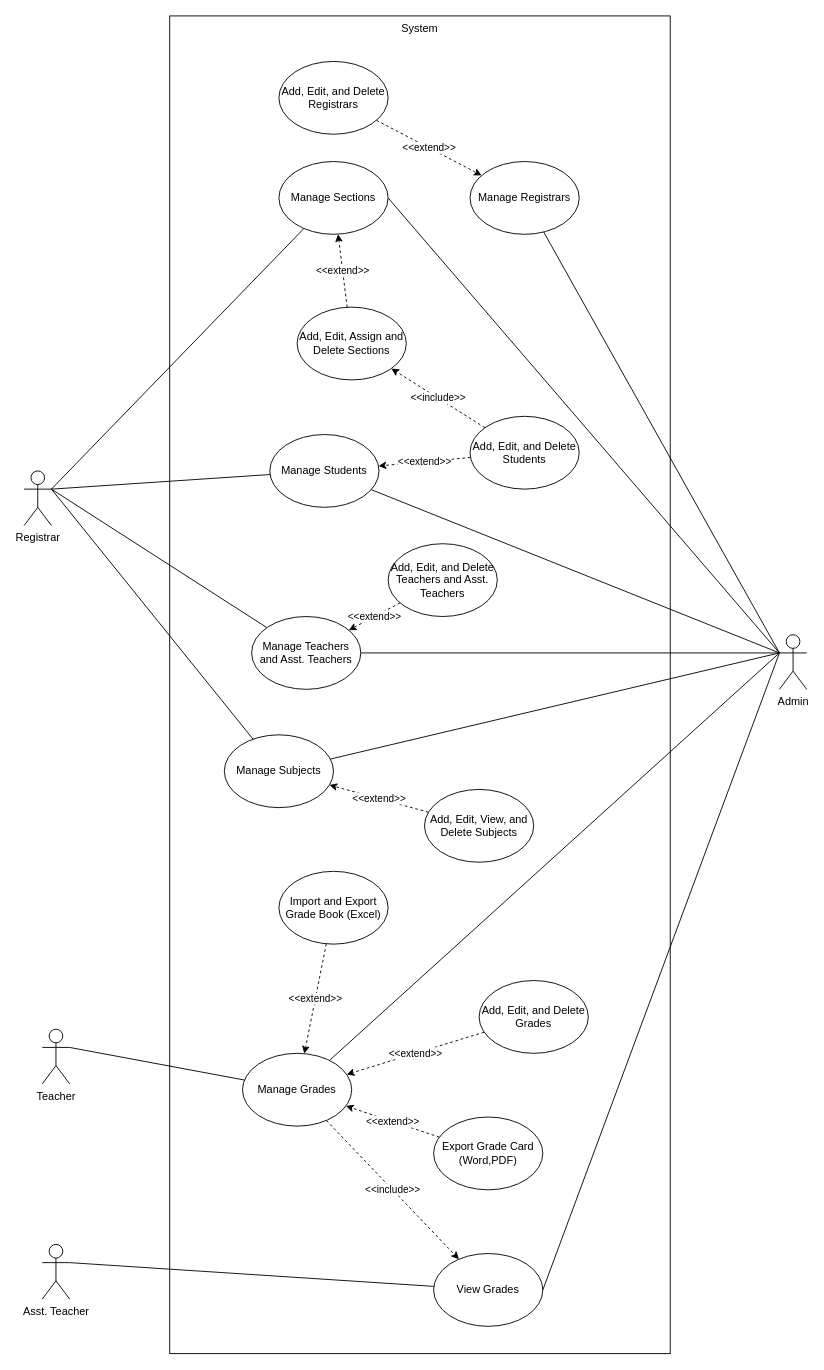
This is page "Actors" (3 of 6) of Final_TP.drawio from vibarmiles/Grading-System, a draw.io file, before an edit. Source tidied: cells renumbered, new cells numbered last; positions are measured from the earlier drawing's top-left corner, leaving out a move shared by most shapes. Both pictures are drawn from the tidied source at 91%, with x=0, y=0 at pixel (24, 15).
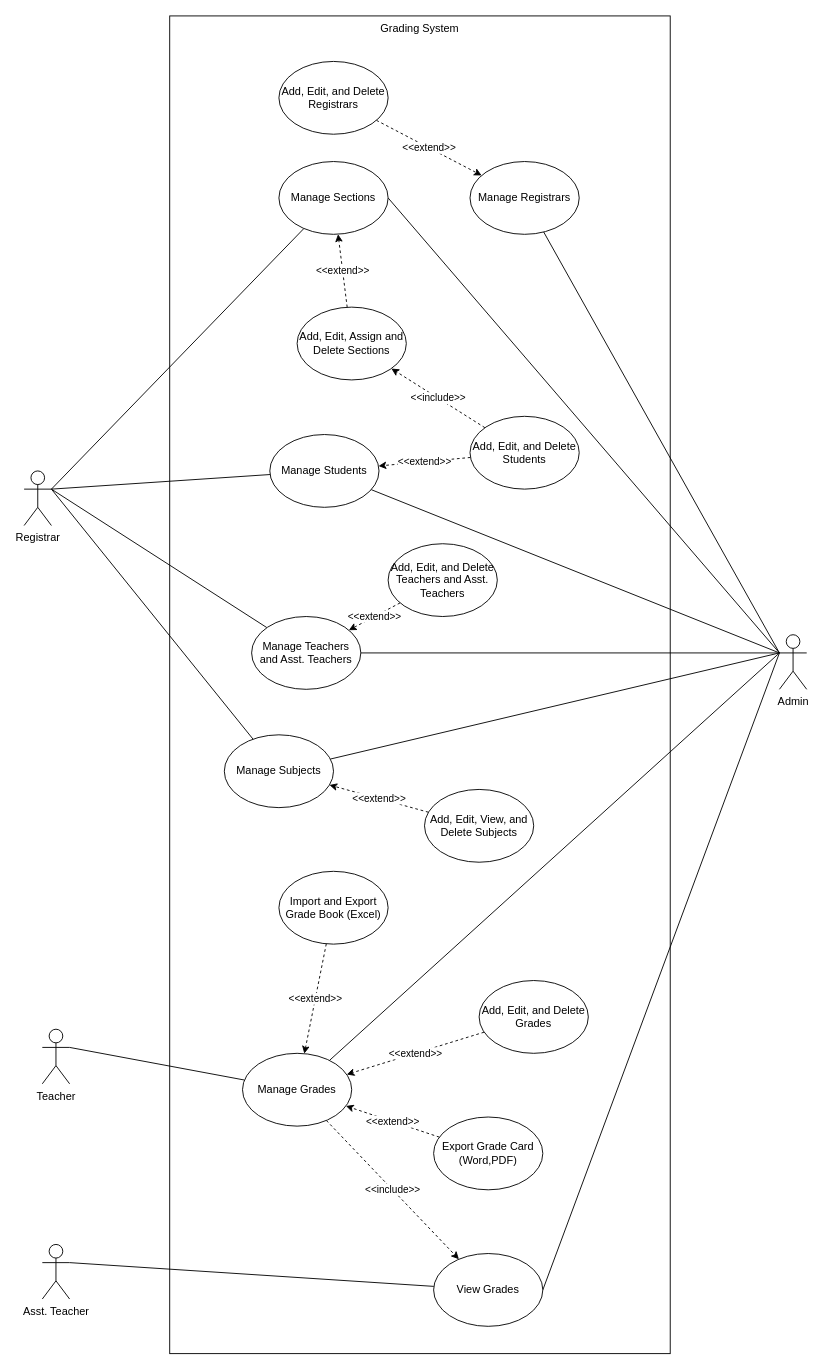
The same page after the edit.

Commit message (it also covers changes not shown here):
changed system name in use case

Change to the diagram source:
```diff
@@
-    <mxCell id="2" value="System" style="rounded=0;whiteSpace=wrap;html=1;verticalAlign=top;" parent="1" vertex="1">
+    <mxCell id="2" value="Grading System" style="rounded=0;whiteSpace=wrap;html=1;verticalAlign=top;" parent="1" vertex="1">
       <mxGeometry x="160" width="550" height="1470" as="geometry" />
     </mxCell>
```
